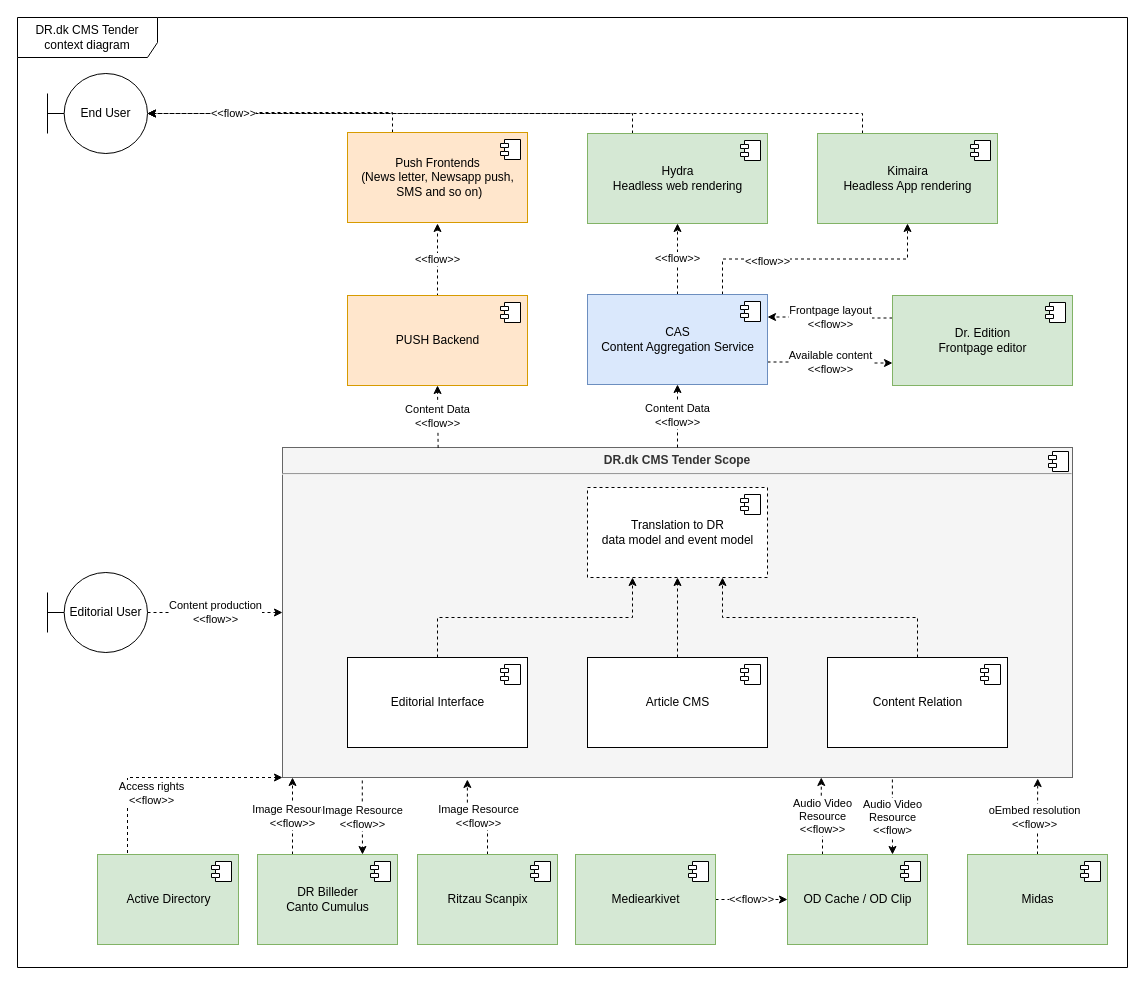
The draw.io diagram draw-io/CMS and related components.drawio in drdkjtop/arkitektur, before the edit. Source tidied: cells renumbered, new cells numbered last; positions are measured from the earlier drawing's top-left corner, leaving out a move shared by most shapes. Both pictures are drawn from the tidied source at 100%, with x=0, y=0 at pixel (17, 17).
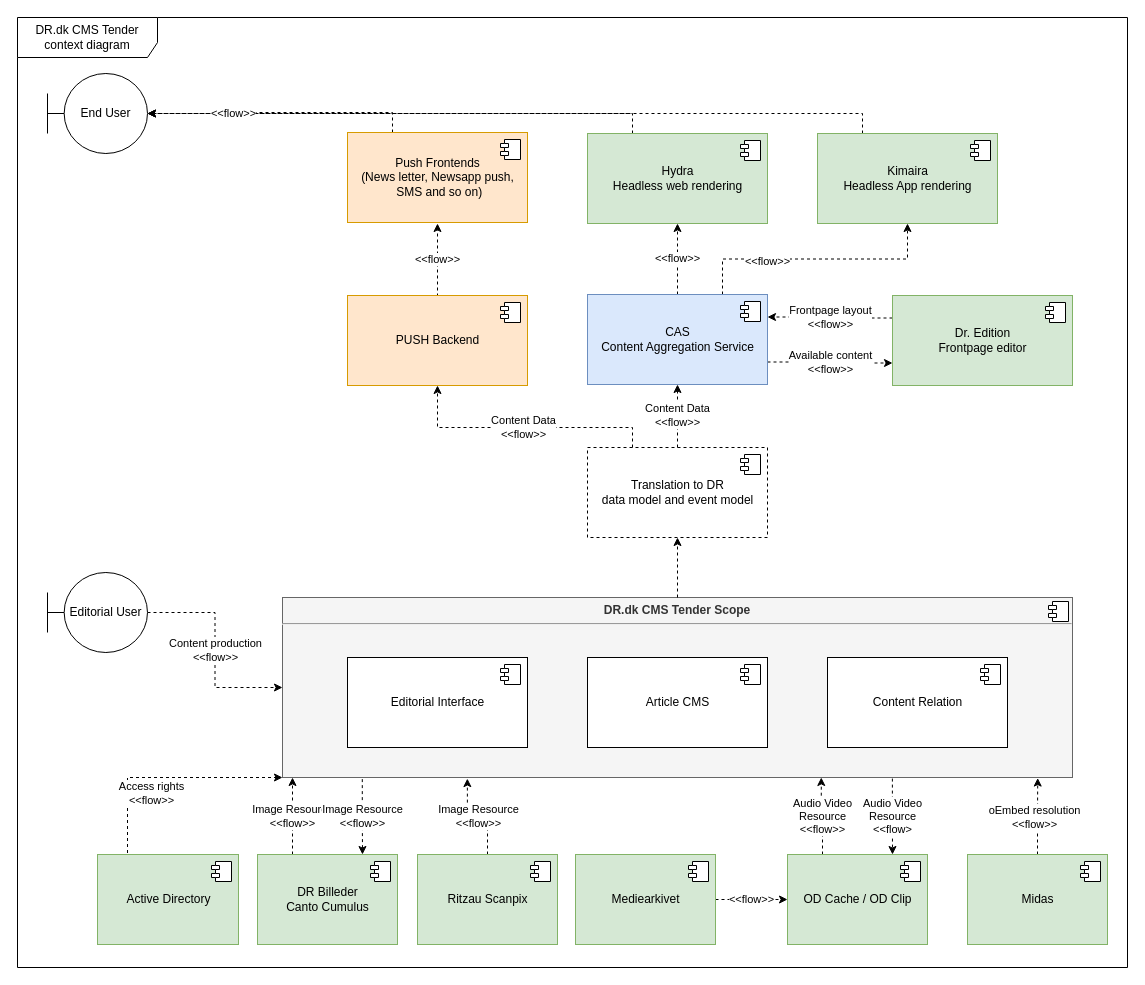
Above is the later version.

The change refers to these unchanged cells:
```xml
<mxCell id="9" value="Content Relation" style="html=1;" parent="1" vertex="1">
  <mxGeometry x="810" y="640" width="180" height="90" as="geometry" />
</mxCell>
<mxCell id="15" value="CAS&lt;br&gt;Content Aggregation Service" style="html=1;fillColor=#dae8fc;strokeColor=#6c8ebf;" parent="1" vertex="1">
  <mxGeometry x="570" y="277" width="180" height="90" as="geometry" />
</mxCell>
<mxCell id="37" value="Article CMS" style="html=1;" parent="1" vertex="1">
  <mxGeometry x="570" y="640" width="180" height="90" as="geometry" />
</mxCell>
<mxCell id="40" value="Editorial Interface" style="html=1;" parent="1" vertex="1">
  <mxGeometry x="330" y="640" width="180" height="90" as="geometry" />
</mxCell>
<mxCell id="46" value="PUSH Backend" style="html=1;fillColor=#ffe6cc;strokeColor=#d79b00;" parent="1" vertex="1">
  <mxGeometry x="330" y="278" width="180" height="90" as="geometry" />
</mxCell>
```

Diff of the diagram source:
```diff
@@
     <mxCell id="6" value="&lt;p style=&quot;margin: 0px ; margin-top: 6px ; text-align: center&quot;&gt;&lt;b&gt;DR.dk CMS Tender Scope&lt;/b&gt;&lt;/p&gt;&lt;hr&gt;&lt;p style=&quot;margin: 0px ; margin-left: 8px&quot;&gt;&lt;br&gt;&lt;/p&gt;" style="align=left;overflow=fill;html=1;fillColor=#f5f5f5;fontColor=#333333;strokeColor=#666666;" parent="1" vertex="1">
-      <mxGeometry x="265" y="430" width="790" height="330" as="geometry" />
+      <mxGeometry x="265" y="580" width="790" height="180" as="geometry" />
     </mxCell>
@@
-    <mxCell id="8" style="edgeStyle=orthogonalEdgeStyle;rounded=0;jettySize=auto;html=1;exitX=0.5;exitY=0;exitDx=0;exitDy=0;entryX=0.75;entryY=1;entryDx=0;entryDy=0;dashed=1;" parent="1" edge="1" source="9" target="42">
-      <mxGeometry relative="1" as="geometry" />
-    </mxCell>
@@
-    <mxCell id="36" style="edgeStyle=orthogonalEdgeStyle;rounded=0;jettySize=auto;html=1;exitX=0.5;exitY=0;exitDx=0;exitDy=0;entryX=0.5;entryY=1;entryDx=0;entryDy=0;dashed=1;" parent="1" edge="1" source="37" target="42">
+    <mxCell id="36" style="edgeStyle=orthogonalEdgeStyle;rounded=0;jettySize=auto;html=1;exitX=0.5;exitY=0;exitDx=0;exitDy=0;entryX=0.5;entryY=1;entryDx=0;entryDy=0;dashed=1;" parent="1" edge="1" source="6" target="42">
       <mxGeometry relative="1" as="geometry" />
     </mxCell>
@@
-    <mxCell id="39" style="edgeStyle=orthogonalEdgeStyle;rounded=0;jettySize=auto;html=1;exitX=0.5;exitY=0;exitDx=0;exitDy=0;entryX=0.25;entryY=1;entryDx=0;entryDy=0;dashed=1;" parent="1" edge="1" source="40" target="42">
-      <mxGeometry relative="1" as="geometry" />
-    </mxCell>
@@
     <mxCell id="42" value="Translation to DR &lt;br&gt;data model and event model" style="html=1;dashed=1;" parent="1" vertex="1">
-      <mxGeometry x="570" y="470" width="180" height="90" as="geometry" />
+      <mxGeometry x="570" y="430" width="180" height="90" as="geometry" />
     </mxCell>
@@
-    <mxCell id="44" value="Content Data&lt;br&gt;&amp;lt;&amp;lt;flow&amp;gt;&amp;gt;" style="endArrow=classic;html=1;rounded=0;exitX=0.5;exitY=0;exitDx=0;exitDy=0;entryX=0.5;entryY=1;entryDx=0;entryDy=0;dashed=1;" parent="1" edge="1" source="6" target="15">
+    <mxCell id="44" value="Content Data&lt;br&gt;&amp;lt;&amp;lt;flow&amp;gt;&amp;gt;" style="endArrow=classic;html=1;rounded=0;entryX=0.5;entryY=1;entryDx=0;entryDy=0;dashed=1;exitX=0.5;exitY=0;exitDx=0;exitDy=0;" parent="1" edge="1" source="42" target="15">
       <mxGeometry relative="1" as="geometry" />
     </mxCell>
@@
-    <mxCell id="48" value="Content Data&lt;br&gt;&amp;lt;&amp;lt;flow&amp;gt;&amp;gt;" style="endArrow=classic;html=1;rounded=0;exitX=0.197;exitY=0.001;exitDx=0;exitDy=0;entryX=0.5;entryY=1;entryDx=0;entryDy=0;dashed=1;exitPerimeter=0;" parent="1" edge="1" source="6" target="46">
-      <mxGeometry relative="1" as="geometry" />
+    <mxCell id="48" value="Content Data&lt;br&gt;&amp;lt;&amp;lt;flow&amp;gt;&amp;gt;" style="endArrow=classic;html=1;rounded=0;exitX=0.25;exitY=0;exitDx=0;exitDy=0;entryX=0.5;entryY=1;entryDx=0;entryDy=0;dashed=1;" parent="1" edge="1" source="42" target="46">
+      <mxGeometry relative="1" as="geometry">
+        <Array as="points">
+          <mxPoint x="615" y="410" />
+          <mxPoint x="420" y="410" />
+        </Array>
+      </mxGeometry>
     </mxCell>
```
